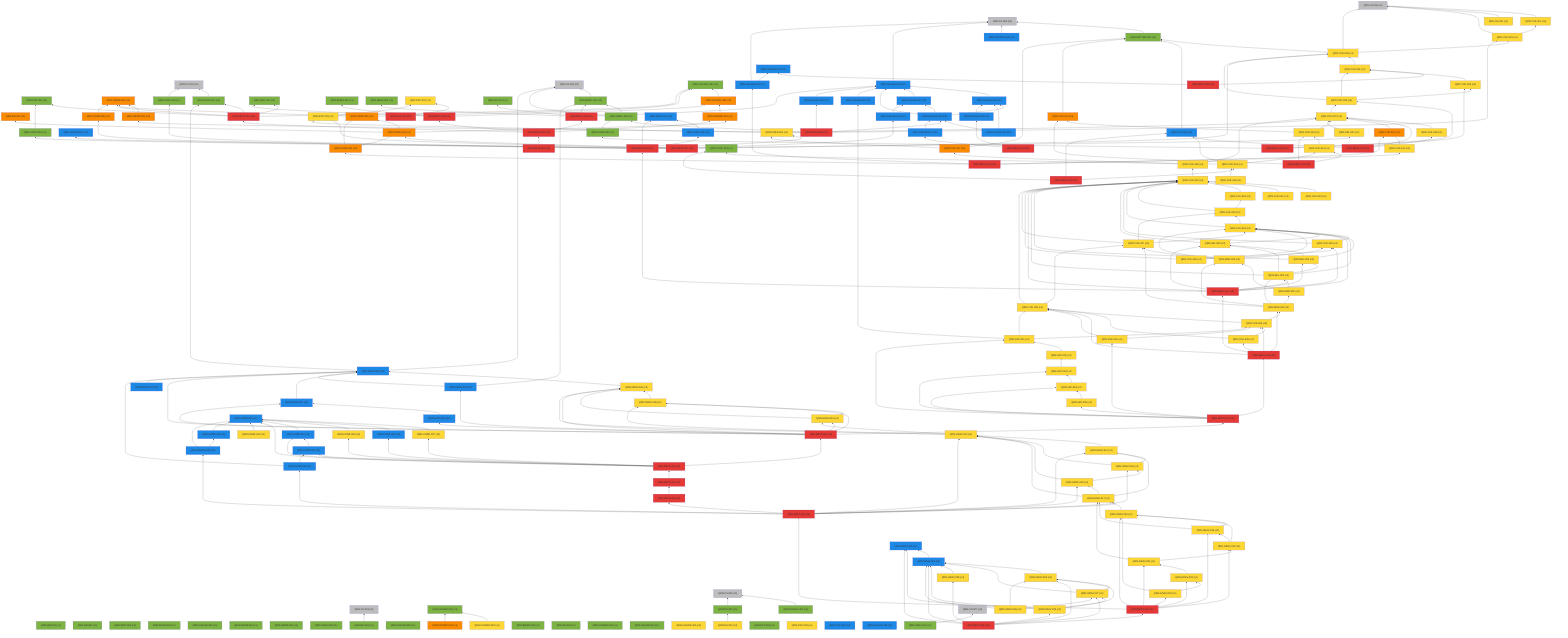
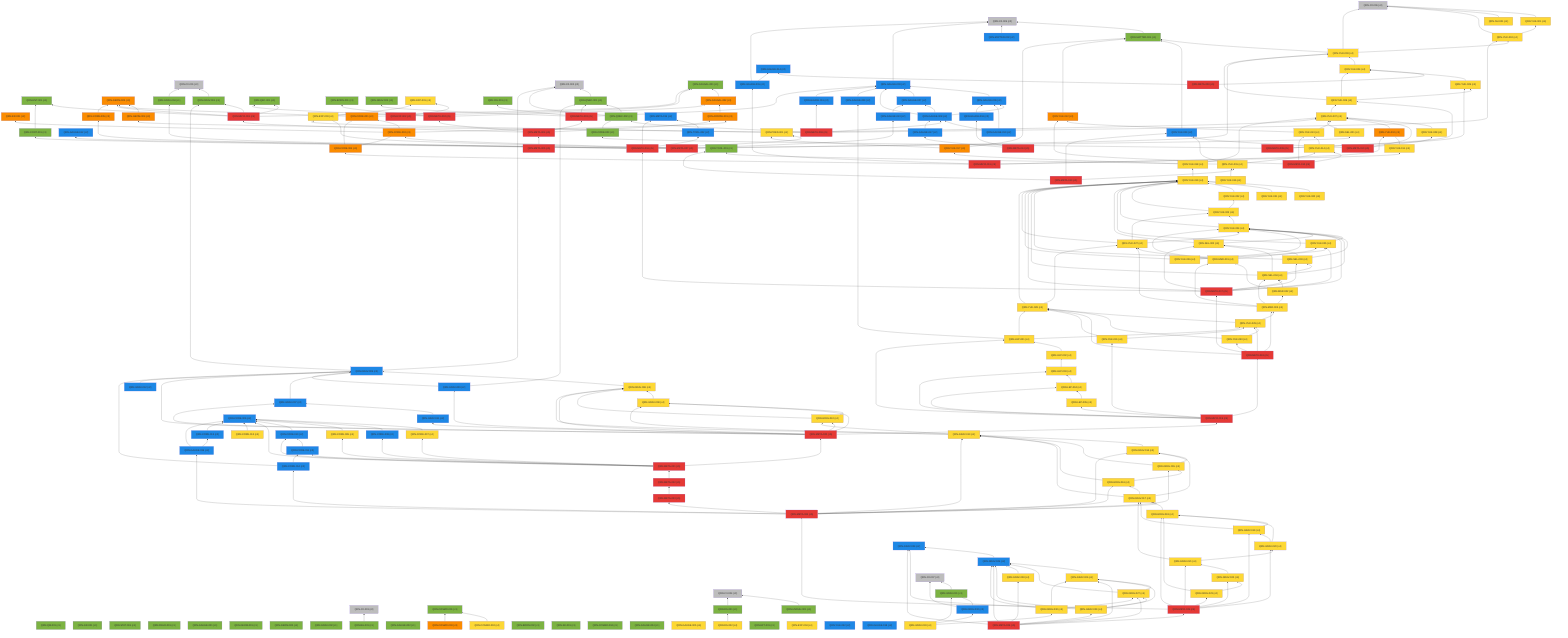
%% 自動生成 (dag/report.pl) — QRN 主張依存グラフ
graph BT
  QRN_C0_001["QRN-C0-001 (c0)"]:::c0
  QRN_C0_002["QRN-C0-002 (c0)"]:::c0
  QRN_C0_003["QRN-C0-003 (c0)"]:::c0
  QRN_C0_004["QRN-C0-004 (c0)"]:::c0
  QRN_C0_005["QRN-C0-005 (c0)"]:::c0
  QRN_C0_006["QRN-C0-006 (c0)"]:::c0
  QRN_QM_001["QRN-QM-001 (c1)"]:::c1
  QRN_GR_001["QRN-GR-001 (c1)"]:::c1
  QRN_STAT_001["QRN-STAT-001 (c1)"]:::c1
  QRN_FIELD_001["QRN-FIELD-001 (c1)"]:::c1
  QRN_GAUGE_001["QRN-GAUGE-001 (c1)"]:::c1
  QRN_ENT_001["QRN-ENT-001 (c1)"]:::c1
  QRN_GEOM_001["QRN-GEOM-001 (c1)"]:::c1
  QRN_GEOM_002["QRN-GEOM-002 (c1)"]:::c1
  QRN_GEOM_003["QRN-GEOM-003 (c3)"]:::c3
  QRN_GRAV_001["QRN-GRAV-001 (c1)"]:::c1
  QRN_GRAV_002["QRN-GRAV-002 (c1)"]:::c1
  QRN_BH_001["QRN-BH-001 (c1)"]:::c1
  QRN_CAUSAL_001["QRN-CAUSAL-001 (c1)"]:::c1
  QRN_CAUSAL_002["QRN-CAUSAL-002 (c3)"]:::c3
  QRN_ER_001["QRN-ER-001 (c3)"]:::c3
  QRN_QEC_001["QRN-QEC-001 (c1)"]:::c1
  QRN_GAUGE_002["QRN-GAUGE-002 (c1)"]:::c1
  QRN_COSMO_001["QRN-COSMO-001 (c1)"]:::c1
  QRN_COSMO_002["QRN-COSMO-002 (c4)"]:::c4
  QRN_COSMO_003["QRN-COSMO-003 (c3)"]:::c3
  QRN_BORN_001["QRN-BORN-001 (c1)"]:::c1
  QRN_BORN_002["QRN-BORN-002 (c1)"]:::c1
  QRN_GRAV_003["QRN-GRAV-003 (c1)"]:::c1
  QRN_KK_001["QRN-KK-001 (c1)"]:::c1
  QRN_MATTER_001["QRN-MATTER-001 (c1)"]:::c1
  QRN_MATTER_002["QRN-MATTER-002 (c2)"]:::c2
  QRN_COSMO_004["QRN-COSMO-004 (c1)"]:::c1
  QRN_EXP_001["QRN-EXP-001 (c4)"]:::c4
  QRN_GAUGE_003["QRN-GAUGE-003 (c2)"]:::c2
  QRN_GAUGE_004["QRN-GAUGE-004 (c1)"]:::c1
  QRN_GAUGE_005["QRN-GAUGE-005 (c4)"]:::c4
  QRN_YUK_001["QRN-YUK-001 (c4)"]:::c4
  QRN_RG_001["QRN-RG-001 (c1)"]:::c1
  QRN_UNRUH_001["QRN-UNRUH-001 (c1)"]:::c1
  QRN_QNEC_001["QRN-QNEC-001 (c1)"]:::c1
  QRN_NU_001["QRN-NU-001 (c4)"]:::c4
  QRN_GAUGE_006["QRN-GAUGE-006 (c2)"]:::c2
  QRN_DS_001["QRN-DS-001 (c1)"]:::c1
  QRN_DS_002["QRN-DS-002 (c4)"]:::c4
  QRN_ARROW_001["QRN-ARROW-001 (c3)"]:::c3
  QRN_GAUGE_007["QRN-GAUGE-007 (c2)"]:::c2
  QRN_EFT_001["QRN-EFT-001 (c1)"]:::c1
  QRN_GAUGE_008["QRN-GAUGE-008 (c2)"]:::c2
  QRN_GAUGE_009["QRN-GAUGE-009 (c2)"]:::c2
  QRN_GAUGE_010["QRN-GAUGE-010 (c2)"]:::c2
  QRN_QNEC_002["QRN-QNEC-002 (c1)"]:::c1
  QRN_GEOM_004["QRN-GEOM-004 (c3)"]:::c3
  QRN_YUK_002["QRN-YUK-002 (c4)"]:::c4
  QRN_EXP_002["QRN-EXP-002 (c5)"]:::c5
  QRN_CORE_001["QRN-CORE-001 (c3)"]:::c3
  QRN_GAUGE_011["QRN-GAUGE-011 (c2)"]:::c2
  QRN_GAUGE_012["QRN-GAUGE-012 (c2)"]:::c2
  QRN_YUK_003["QRN-YUK-003 (c4)"]:::c4
  QRN_EXP_003["QRN-EXP-003 (c4)"]:::c4
  QRN_CORE_002["QRN-CORE-002 (c3)"]:::c3
  QRN_GAUGE_013["QRN-GAUGE-013 (c2)"]:::c2
  QRN_YUK_004["QRN-YUK-004 (c4)"]:::c4
  QRN_GAUGE_014["QRN-GAUGE-014 (c2)"]:::c2
  QRN_META_001["QRN-META-001 (c5)"]:::c5
  QRN_META_002["QRN-META-002 (c5)"]:::c5
  QRN_META_003["QRN-META-003 (c5)"]:::c5
  QRN_META_004["QRN-META-004 (c5)"]:::c5
  QRN_META_005["QRN-META-005 (c5)"]:::c5
  QRN_META_006["QRN-META-006 (c5)"]:::c5
  QRN_META_007["QRN-META-007 (c5)"]:::c5
  QRN_META_008["QRN-META-008 (c5)"]:::c5
  QRN_YUK_005["QRN-YUK-005 (c4)"]:::c4
  QRN_YUK_006["QRN-YUK-006 (c4)"]:::c4
  QRN_CORE_003["QRN-CORE-003 (c1)"]:::c1
  QRN_META_009["QRN-META-009 (c5)"]:::c5
  QRN_YUK_007["QRN-YUK-007 (c4)"]:::c4
  QRN_YUK_008["QRN-YUK-008 (c4)"]:::c4
  QRN_YUK_009["QRN-YUK-009 (c2)"]:::c2
  QRN_META_010["QRN-META-010 (c5)"]:::c5
  QRN_GAUGE_015["QRN-GAUGE-015 (c2)"]:::c2
  QRN_YUK_010["QRN-YUK-010 (c3)"]:::c3
  QRN_YUK_011["QRN-YUK-011 (c4)"]:::c4
  QRN_CORE_004["QRN-CORE-004 (c3)"]:::c3
  QRN_META_011["QRN-META-011 (c5)"]:::c5
  QRN_YUK_012["QRN-YUK-012 (c3)"]:::c3
  QRN_YUK_013["QRN-YUK-013 (c4)"]:::c4
  QRN_YUK_014["QRN-YUK-014 (c4)"]:::c4
  QRN_META_012["QRN-META-012 (c5)"]:::c5
  QRN_TOOL_001["QRN-TOOL-001 (c1)"]:::c1
  QRN_YUK_015["QRN-YUK-015 (c4)"]:::c4
  QRN_META_013["QRN-META-013 (c5)"]:::c5
  QRN_GAUGE_016["QRN-GAUGE-016 (c2)"]:::c2
  QRN_GAUGE_017["QRN-GAUGE-017 (c2)"]:::c2
  QRN_META_014["QRN-META-014 (c5)"]:::c5
  QRN_META_015["QRN-META-015 (c2)"]:::c2
  QRN_TOOL_002["QRN-TOOL-002 (c2)"]:::c2
  QRN_CORE_005["QRN-CORE-005 (c3)"]:::c3
  QRN_CONT_001["QRN-CONT-001 (c1)"]:::c1
  QRN_SEL_001["QRN-SEL-001 (c4)"]:::c4
  QRN_GRAV_004["QRN-GRAV-004 (c1)"]:::c1
  QRN_PRED_001["QRN-PRED-001 (c4)"]:::c4
  QRN_META_016["QRN-META-016 (c5)"]:::c5
  QRN_YUK_016["QRN-YUK-016 (c4)"]:::c4
  QRN_YUK_017["QRN-YUK-017 (c3)"]:::c3
  QRN_YUK_018["QRN-YUK-018 (c4)"]:::c4
  QRN_YUK_019["QRN-YUK-019 (c4)"]:::c4
  QRN_YUK_020["QRN-YUK-020 (c4)"]:::c4
  QRN_YUK_021["QRN-YUK-021 (c4)"]:::c4
  QRN_YUK_022["QRN-YUK-022 (c4)"]:::c4
  QRN_YUK_023["QRN-YUK-023 (c4)"]:::c4
  QRN_YUK_024["QRN-YUK-024 (c4)"]:::c4
  QRN_YUK_025["QRN-YUK-025 (c4)"]:::c4
  QRN_SEL_002["QRN-SEL-002 (c4)"]:::c4
  QRN_SEL_003["QRN-SEL-003 (c4)"]:::c4
  QRN_SEL_004["QRN-SEL-004 (c4)"]:::c4
  QRN_META_017["QRN-META-017 (c5)"]:::c5
  QRN_YUK_026["QRN-YUK-026 (c4)"]:::c4
  QRN_YUK_027["QRN-YUK-027 (c4)"]:::c4
  QRN_MSR_001["QRN-MSR-001 (c4)"]:::c4
  QRN_MSR_002["QRN-MSR-002 (c4)"]:::c4
  QRN_MSR_003["QRN-MSR-003 (c4)"]:::c4
  QRN_YUK_028["QRN-YUK-028 (c4)"]:::c4
  QRN_YUK_029["QRN-YUK-029 (c4)"]:::c4
  QRN_YUK_030["QRN-YUK-030 (c4)"]:::c4
  QRN_META_018["QRN-META-018 (c5)"]:::c5
  QRN_YUK_031["QRN-YUK-031 (c4)"]:::c4
  QRN_LEP_001["QRN-LEP-001 (c4)"]:::c4
  QRN_LEP_002["QRN-LEP-002 (c4)"]:::c4
  QRN_LEP_003["QRN-LEP-003 (c4)"]:::c4
  QRN_LEP_004["QRN-LEP-004 (c4)"]:::c4
  QRN_LEP_005["QRN-LEP-005 (c4)"]:::c4
  QRN_META_019["QRN-META-019 (c5)"]:::c5
  QRN_GRAV_005["QRN-GRAV-005 (c2)"]:::c2
  QRN_GRAV_006["QRN-GRAV-006 (c4)"]:::c4
  QRN_GRAV_007["QRN-GRAV-007 (c2)"]:::c2
  QRN_GRAV_008["QRN-GRAV-008 (c4)"]:::c4
  QRN_GRAV_009["QRN-GRAV-009 (c2)"]:::c2
  QRN_GRAV_010["QRN-GRAV-010 (c4)"]:::c4
  QRN_GRAV_011["QRN-GRAV-011 (c2)"]:::c2
  QRN_META_020["QRN-META-020 (c5)"]:::c5
  QRN_CORE_006["QRN-CORE-006 (c2)"]:::c2
  QRN_CORE_007["QRN-CORE-007 (c4)"]:::c4
  QRN_CORE_008["QRN-CORE-008 (c2)"]:::c2
  QRN_CORE_009["QRN-CORE-009 (c4)"]:::c4
  QRN_CORE_010["QRN-CORE-010 (c2)"]:::c2
  QRN_CORE_011["QRN-CORE-011 (c2)"]:::c2
  QRN_META_021["QRN-META-021 (c5)"]:::c5
  QRN_CORE_012["QRN-CORE-012 (c4)"]:::c4
  QRN_EXP_004["QRN-EXP-004 (c4)"]:::c4
  QRN_CORE_013["QRN-CORE-013 (c2)"]:::c2
  QRN_GRAV_012["QRN-GRAV-012 (c2)"]:::c2
  QRN_YUK_032["QRN-YUK-032 (c2)"]:::c2
  QRN_GAUGE_018["QRN-GAUGE-018 (c2)"]:::c2
  QRN_META_022["QRN-META-022 (c5)"]:::c5
  QRN_META_023["QRN-META-023 (c5)"]:::c5
  QRN_CORE_014["QRN-CORE-014 (c2)"]:::c2
  QRN_GRAV_013["QRN-GRAV-013 (c4)"]:::c4
  QRN_GRAV_014["QRN-GRAV-014 (c4)"]:::c4
  QRN_GRAV_015["QRN-GRAV-015 (c4)"]:::c4
  QRN_GRAV_016["QRN-GRAV-016 (c4)"]:::c4
  QRN_GRAV_017["QRN-GRAV-017 (c4)"]:::c4
  QRN_GAUGE_019["QRN-GAUGE-019 (c2)"]:::c2
  QRN_META_024["QRN-META-024 (c5)"]:::c5
  QRN_GRAV_018["QRN-GRAV-018 (c4)"]:::c4
  QRN_GRAV_019["QRN-GRAV-019 (c4)"]:::c4
  QRN_GRAV_020["QRN-GRAV-020 (c4)"]:::c4
  QRN_GRAV_021["QRN-GRAV-021 (c4)"]:::c4
  QRN_GRAV_022["QRN-GRAV-022 (c4)"]:::c4
  QRN_GRAV_023["QRN-GRAV-023 (c4)"]:::c4
  QRN_META_025["QRN-META-025 (c5)"]:::c5
  QRN_GRAV_024["QRN-GRAV-024 (c2)"]:::c2
  QRN_GRAV_025["QRN-GRAV-025 (c2)"]:::c2
  QRN_GRAV_026["QRN-GRAV-026 (c4)"]:::c4
  QRN_GRAV_027["QRN-GRAV-027 (c4)"]:::c4
  QRN_GRAV_028["QRN-GRAV-028 (c4)"]:::c4
  QRN_GRAV_029["QRN-GRAV-029 (c4)"]:::c4
  QRN_META_026["QRN-META-026 (c5)"]:::c5
  QRN_GRAV_030["QRN-GRAV-030 (c4)"]:::c4
  QRN_C0_007["QRN-C0-007 (c0)"]:::c0
  QRN_GRAV_031["QRN-GRAV-031 (c1)"]:::c1
+   QRN_GRAV_032["QRN-GRAV-032 (c2)"]:::c2
+   QRN_GRAV_033["QRN-GRAV-033 (c4)"]:::c4
  QRN_GRAV_001 --> QRN_C0_001
  QRN_BH_001 --> QRN_C0_003
  QRN_CAUSAL_002 --> QRN_CAUSAL_001
  QRN_COSMO_002 --> QRN_COSMO_001
  QRN_COSMO_003 --> QRN_COSMO_001
  QRN_MATTER_001 --> QRN_C0_005
  QRN_MATTER_002 --> QRN_C0_005
  QRN_GAUGE_003 --> QRN_C0_005
  QRN_YUK_001 --> QRN_C0_006
  QRN_UNRUH_001 --> QRN_C0_004
  QRN_QNEC_001 --> QRN_C0_002
  QRN_NU_001 --> QRN_C0_006
  QRN_GAUGE_006 --> QRN_GAUGE_003
  QRN_DS_001 --> QRN_C0_004
  QRN_DS_002 --> QRN_DS_001
  QRN_ARROW_001 --> QRN_CAUSAL_002
  QRN_GAUGE_007 --> QRN_GAUGE_003
  QRN_GAUGE_008 --> QRN_GAUGE_003
  QRN_GAUGE_008 --> QRN_GAUGE_006
  QRN_GAUGE_008 --> QRN_GAUGE_007
  QRN_GAUGE_009 --> QRN_GAUGE_003
  QRN_GAUGE_010 --> QRN_GAUGE_006
  QRN_GAUGE_010 --> QRN_GAUGE_008
  QRN_QNEC_002 --> QRN_C0_002
  QRN_QNEC_002 --> QRN_QNEC_001
  QRN_GEOM_004 --> QRN_GEOM_003
  QRN_YUK_002 --> QRN_C0_006
  QRN_YUK_002 --> QRN_YUK_001
  QRN_EXP_002 --> QRN_EXP_001
  QRN_CORE_001 --> QRN_GEOM_003
  QRN_CORE_001 --> QRN_CAUSAL_001
  QRN_GAUGE_011 --> QRN_GAUGE_003
  QRN_YUK_003 --> QRN_C0_006
  QRN_YUK_003 --> QRN_MATTER_001
  QRN_YUK_003 --> QRN_YUK_002
  QRN_EXP_003 --> QRN_EXP_001
  QRN_CORE_002 --> QRN_CORE_001
  QRN_CORE_002 --> QRN_ER_001
  QRN_CORE_002 --> QRN_ARROW_001
  QRN_GAUGE_013 --> QRN_GAUGE_007
  QRN_YUK_004 --> QRN_YUK_003
  QRN_META_001 --> QRN_GEOM_003
  QRN_META_001 --> QRN_GRAV_001
  QRN_META_001 --> QRN_CAUSAL_001
  QRN_META_001 --> QRN_QEC_001
  QRN_META_001 --> QRN_ENT_001
  QRN_META_002 --> QRN_QEC_001
  QRN_META_002 --> QRN_BORN_001
  QRN_META_002 --> QRN_CAUSAL_002
  QRN_META_003 --> QRN_GAUGE_003
  QRN_META_003 --> QRN_RG_001
  QRN_META_003 --> QRN_QNEC_001
  QRN_META_003 --> QRN_GRAV_003
  QRN_META_004 --> QRN_META_001
  QRN_META_004 --> QRN_META_002
  QRN_META_004 --> QRN_META_003
  QRN_META_004 --> QRN_ARROW_001
  QRN_META_005 --> QRN_META_004
  QRN_META_006 --> QRN_GAUGE_008
  QRN_META_006 --> QRN_QNEC_002
  QRN_META_006 --> QRN_GEOM_004
  QRN_META_006 --> QRN_YUK_002
  QRN_META_006 --> QRN_GAUGE_011
  QRN_META_007 --> QRN_GAUGE_012
  QRN_META_007 --> QRN_YUK_003
  QRN_META_007 --> QRN_EXP_003
  QRN_META_007 --> QRN_CORE_002
  QRN_META_007 --> QRN_GAUGE_013
  QRN_META_008 --> QRN_YUK_004
  QRN_META_008 --> QRN_GAUGE_014
  QRN_YUK_005 --> QRN_YUK_004
  QRN_YUK_006 --> QRN_YUK_003
  QRN_YUK_006 --> QRN_YUK_004
  QRN_YUK_006 --> QRN_YUK_005
  QRN_CORE_003 --> QRN_QNEC_002
  QRN_META_009 --> QRN_YUK_005
  QRN_META_009 --> QRN_YUK_006
  QRN_META_009 --> QRN_CORE_003
  QRN_YUK_007 --> QRN_YUK_006
  QRN_YUK_008 --> QRN_YUK_007
  QRN_YUK_009 --> QRN_MATTER_001
  QRN_META_010 --> QRN_YUK_007
  QRN_META_010 --> QRN_YUK_008
  QRN_META_010 --> QRN_YUK_009
  QRN_GAUGE_015 --> QRN_C0_005
  QRN_GAUGE_015 --> QRN_GAUGE_014
  QRN_YUK_010 --> QRN_YUK_007
  QRN_YUK_011 --> QRN_YUK_010
  QRN_CORE_004 --> QRN_CORE_001
  QRN_CORE_004 --> QRN_CORE_002
  QRN_META_011 --> QRN_GAUGE_015
  QRN_META_011 --> QRN_YUK_010
  QRN_META_011 --> QRN_YUK_011
  QRN_META_011 --> QRN_CORE_004
  QRN_YUK_012 --> QRN_MATTER_001
  QRN_YUK_013 --> QRN_YUK_012
  QRN_YUK_013 --> QRN_YUK_007
  QRN_YUK_014 --> QRN_YUK_013
  QRN_META_012 --> QRN_YUK_012
  QRN_META_012 --> QRN_YUK_013
  QRN_META_012 --> QRN_YUK_014
  QRN_YUK_015 --> QRN_YUK_014
  QRN_YUK_015 --> QRN_TOOL_001
  QRN_YUK_015 --> QRN_YUK_009
  QRN_META_013 --> QRN_YUK_015
  QRN_META_013 --> QRN_TOOL_001
  QRN_META_013 --> QRN_YUK_009
  QRN_GAUGE_016 --> QRN_GAUGE_006
  QRN_GAUGE_017 --> QRN_GAUGE_008
  QRN_META_014 --> QRN_GAUGE_016
  QRN_META_014 --> QRN_GAUGE_017
  QRN_TOOL_002 --> QRN_META_015
  QRN_CORE_005 --> QRN_GEOM_003
  QRN_CONT_001 --> QRN_ENT_001
  QRN_SEL_001 --> QRN_YUK_007
  QRN_GRAV_004 --> QRN_C0_001
  QRN_PRED_001 --> QRN_YUK_007
  QRN_PRED_001 --> QRN_EXP_003
  QRN_META_016 --> QRN_META_015
  QRN_META_016 --> QRN_TOOL_002
  QRN_META_016 --> QRN_CORE_005
  QRN_META_016 --> QRN_CONT_001
  QRN_META_016 --> QRN_SEL_001
  QRN_META_016 --> QRN_GRAV_004
  QRN_META_016 --> QRN_PRED_001
  QRN_YUK_016 --> QRN_YUK_015
  QRN_YUK_017 --> QRN_MATTER_001
  QRN_YUK_017 --> QRN_PRED_001
  QRN_YUK_018 --> QRN_YUK_017
  QRN_YUK_018 --> QRN_YUK_007
  QRN_YUK_019 --> QRN_YUK_018
  QRN_YUK_020 --> QRN_YUK_019
  QRN_YUK_021 --> QRN_YUK_019
  QRN_YUK_022 --> QRN_YUK_019
  QRN_YUK_023 --> QRN_YUK_019
  QRN_YUK_023 --> QRN_YUK_022
  QRN_YUK_024 --> QRN_YUK_019
  QRN_YUK_024 --> QRN_YUK_023
  QRN_YUK_025 --> QRN_YUK_019
  QRN_YUK_025 --> QRN_YUK_024
  QRN_SEL_002 --> QRN_YUK_019
  QRN_SEL_002 --> QRN_YUK_024
  QRN_SEL_003 --> QRN_YUK_019
  QRN_SEL_003 --> QRN_YUK_024
  QRN_SEL_003 --> QRN_SEL_002
  QRN_SEL_004 --> QRN_YUK_019
  QRN_SEL_004 --> QRN_YUK_024
  QRN_SEL_004 --> QRN_SEL_002
  QRN_SEL_004 --> QRN_SEL_003
  QRN_META_017 --> QRN_META_016
  QRN_META_017 --> QRN_YUK_019
  QRN_META_017 --> QRN_YUK_024
  QRN_META_017 --> QRN_YUK_025
  QRN_META_017 --> QRN_SEL_002
  QRN_META_017 --> QRN_SEL_003
  QRN_META_017 --> QRN_SEL_004
  QRN_YUK_026 --> QRN_YUK_019
  QRN_YUK_026 --> QRN_YUK_024
  QRN_YUK_026 --> QRN_YUK_025
  QRN_YUK_027 --> QRN_YUK_019
  QRN_YUK_027 --> QRN_YUK_023
  QRN_YUK_027 --> QRN_YUK_024
  QRN_MSR_001 --> QRN_YUK_024
  QRN_MSR_001 --> QRN_YUK_025
  QRN_MSR_001 --> QRN_YUK_027
  QRN_MSR_002 --> QRN_SEL_004
  QRN_MSR_002 --> QRN_MSR_001
  QRN_MSR_003 --> QRN_MSR_001
  QRN_MSR_003 --> QRN_MSR_002
  QRN_MSR_003 --> QRN_SEL_004
  QRN_MSR_003 --> QRN_YUK_027
  QRN_YUK_028 --> QRN_YUK_019
  QRN_YUK_028 --> QRN_YUK_027
  QRN_YUK_029 --> QRN_YUK_028
  QRN_YUK_029 --> QRN_MSR_003
  QRN_YUK_030 --> QRN_YUK_028
  QRN_YUK_030 --> QRN_YUK_029
  QRN_META_018 --> QRN_META_017
  QRN_META_018 --> QRN_MSR_003
  QRN_META_018 --> QRN_YUK_028
  QRN_META_018 --> QRN_YUK_029
  QRN_META_018 --> QRN_YUK_030
  QRN_YUK_031 --> QRN_YUK_028
  QRN_YUK_031 --> QRN_YUK_029
  QRN_LEP_001 --> QRN_YUK_028
  QRN_LEP_001 --> QRN_YUK_029
  QRN_LEP_001 --> QRN_GAUGE_009
  QRN_LEP_002 --> QRN_LEP_001
  QRN_LEP_003 --> QRN_LEP_002
  QRN_LEP_004 --> QRN_LEP_003
  QRN_LEP_005 --> QRN_LEP_004
  QRN_META_019 --> QRN_META_018
  QRN_META_019 --> QRN_YUK_031
  QRN_META_019 --> QRN_LEP_001
  QRN_META_019 --> QRN_LEP_003
  QRN_META_019 --> QRN_LEP_004
  QRN_META_019 --> QRN_LEP_005
  QRN_GRAV_005 --> QRN_C0_002
  QRN_GRAV_005 --> QRN_GRAV_001
  QRN_GRAV_006 --> QRN_GRAV_005
  QRN_GRAV_007 --> QRN_GRAV_005
  QRN_GRAV_008 --> QRN_GRAV_006
  QRN_GRAV_009 --> QRN_GRAV_005
  QRN_GRAV_009 --> QRN_QNEC_001
  QRN_GRAV_010 --> QRN_GRAV_006
  QRN_GRAV_010 --> QRN_GRAV_008
  QRN_GRAV_011 --> QRN_GRAV_007
  QRN_META_020 --> QRN_META_019
  QRN_META_020 --> QRN_GRAV_005
  QRN_META_020 --> QRN_GRAV_006
  QRN_META_020 --> QRN_GRAV_007
  QRN_META_020 --> QRN_GRAV_008
  QRN_META_020 --> QRN_GRAV_009
  QRN_META_020 --> QRN_GRAV_010
  QRN_META_020 --> QRN_GRAV_011
  QRN_CORE_007 --> QRN_CORE_006
  QRN_CORE_008 --> QRN_CORE_006
  QRN_CORE_009 --> QRN_CORE_006
  QRN_CORE_010 --> QRN_CORE_006
  QRN_CORE_011 --> QRN_CORE_010
  QRN_META_021 --> QRN_META_020
  QRN_META_021 --> QRN_CORE_006
  QRN_META_021 --> QRN_CORE_007
  QRN_META_021 --> QRN_CORE_008
  QRN_META_021 --> QRN_CORE_009
  QRN_META_021 --> QRN_CORE_010
  QRN_META_021 --> QRN_CORE_011
  QRN_CORE_012 --> QRN_CORE_006
  QRN_CORE_013 --> QRN_CORE_006
  QRN_GRAV_012 --> QRN_GRAV_005
  QRN_META_022 --> QRN_META_021
  QRN_META_023 --> QRN_META_022
  QRN_CORE_014 --> QRN_CORE_011
  QRN_CORE_014 --> QRN_GRAV_005
  QRN_GRAV_013 --> QRN_GRAV_006
  QRN_GRAV_013 --> QRN_GRAV_008
  QRN_GRAV_013 --> QRN_GRAV_010
  QRN_GRAV_014 --> QRN_GRAV_013
  QRN_GRAV_015 --> QRN_GRAV_013
  QRN_GRAV_015 --> QRN_GRAV_014
  QRN_GRAV_016 --> QRN_GRAV_013
  QRN_GRAV_016 --> QRN_GRAV_015
  QRN_GRAV_017 --> QRN_GRAV_013
  QRN_GRAV_017 --> QRN_GRAV_014
  QRN_GRAV_017 --> QRN_GRAV_016
  QRN_GAUGE_019 --> QRN_CORE_006
  QRN_GAUGE_019 --> QRN_CORE_013
  QRN_META_024 --> QRN_CORE_014
  QRN_META_024 --> QRN_GRAV_013
  QRN_META_024 --> QRN_GRAV_014
  QRN_META_024 --> QRN_GRAV_015
  QRN_META_024 --> QRN_GRAV_016
  QRN_META_024 --> QRN_GRAV_017
  QRN_META_024 --> QRN_GAUGE_019
  QRN_META_024 --> QRN_META_023
  QRN_GRAV_018 --> QRN_GRAV_017
  QRN_GRAV_019 --> QRN_GRAV_017
  QRN_GRAV_019 --> QRN_GRAV_018
  QRN_GRAV_020 --> QRN_GRAV_018
  QRN_GRAV_020 --> QRN_GRAV_019
  QRN_GRAV_021 --> QRN_GRAV_017
  QRN_GRAV_021 --> QRN_GRAV_020
  QRN_GRAV_022 --> QRN_GRAV_021
  QRN_GRAV_023 --> QRN_GRAV_018
  QRN_GRAV_023 --> QRN_GRAV_022
  QRN_META_025 --> QRN_GRAV_018
  QRN_META_025 --> QRN_GRAV_019
  QRN_META_025 --> QRN_GRAV_020
  QRN_META_025 --> QRN_GRAV_021
  QRN_META_025 --> QRN_GRAV_022
  QRN_META_025 --> QRN_GRAV_023
  QRN_META_025 --> QRN_META_024
  QRN_GRAV_025 --> QRN_GRAV_024
  QRN_GRAV_026 --> QRN_GRAV_025
  QRN_GRAV_027 --> QRN_GRAV_025
  QRN_GRAV_027 --> QRN_GRAV_026
  QRN_GRAV_028 --> QRN_GRAV_025
  QRN_GRAV_029 --> QRN_GRAV_024
  QRN_GRAV_029 --> QRN_GRAV_025
  QRN_GRAV_029 --> QRN_GRAV_026
  QRN_GRAV_029 --> QRN_GRAV_027
  QRN_META_026 --> QRN_GRAV_024
  QRN_META_026 --> QRN_GRAV_025
  QRN_META_026 --> QRN_GRAV_026
  QRN_META_026 --> QRN_GRAV_027
  QRN_META_026 --> QRN_GRAV_028
  QRN_META_026 --> QRN_GRAV_029
  QRN_META_026 --> QRN_META_025
  QRN_GRAV_030 --> QRN_GRAV_025
  QRN_GRAV_030 --> QRN_GRAV_026
  QRN_GRAV_030 --> QRN_GRAV_027
  QRN_GRAV_031 --> QRN_C0_007
+   QRN_GRAV_032 --> QRN_C0_007
+   QRN_GRAV_032 --> QRN_GRAV_031
+   QRN_GRAV_033 --> QRN_GRAV_030
+   QRN_GRAV_033 --> QRN_GRAV_031
+   QRN_GRAV_033 --> QRN_GRAV_032
  classDef c0 fill:#bdbdbd
  classDef c1 fill:#7cb342
  classDef c2 fill:#1e88e5
  classDef c3 fill:#fb8c00
  classDef c4 fill:#fdd835
  classDef c5 fill:#e53935
